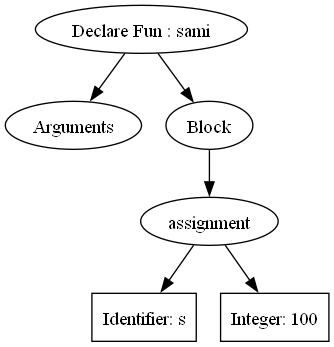
ironicDude/compiler keeps this Graphviz diagram as test.png. Above is the earlier version. Its source is kept beside it as test.gv.
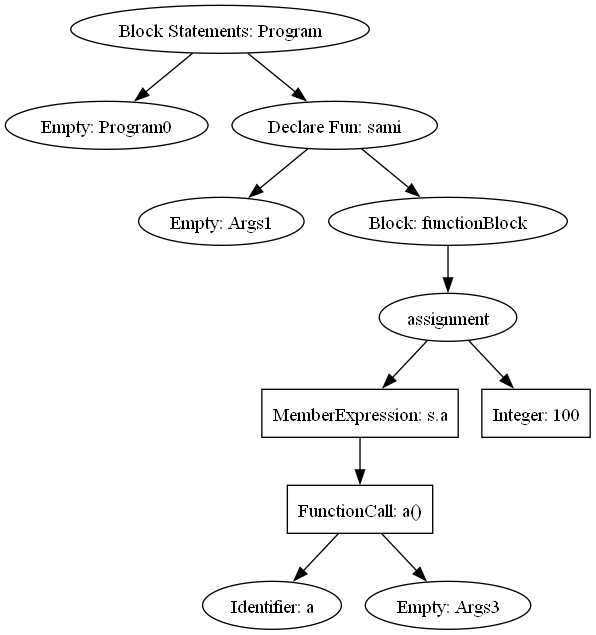
After the change.

The edit, as a diff of the source:
```diff
@@ -1,13 +1,23 @@
 digraph G {
-	sami [label="Declare Fun : sami"]
-	sami -> empty;
-	empty [label="Arguments"]
+	Program [label="Block Statements: Program"]
+	Program -> Program0;
+	Program0 [label="Empty: Program0"]
+	Program -> sami;
+	sami [label="Declare Fun: sami"]
+	sami -> Args1;
+	Args1 [label="Empty: Args1"]
 	sami -> functionBlock;
-	functionBlock [label="Block"]
-	functionBlock -> assign1;
-	assign1 [label="assignment"]
-	assign1 -> iden0;
-	iden0 [shape=box,label="Identifier: s"]
-	assign1 -> INTEGER;
+	functionBlock [label="Block: functionBlock"]
+	functionBlock -> assignment;
+	assignment [label="assignment"]
+	assignment -> iden5;
+	iden5 [shape=box,label="MemberExpression: s.a"]
+	iden5 -> a;
+	a [shape=box,label="FunctionCall: a()"]
+	a -> iden4;
+	iden4 [label="Identifier: a"]
+	a -> Args3;
+	Args3 [label="Empty: Args3"]
+	assignment -> INTEGER;
 	INTEGER [shape=box,label="Integer: 100"]
 }
```
